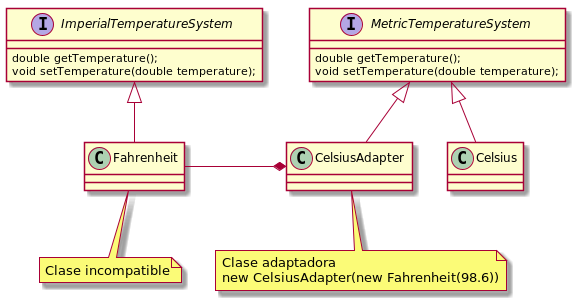
sauljabin/java-design-patterns keeps this PlantUML diagram as plantuml/structural/adapter.png. Above is the earlier version. Its diagram source:
```plantuml
@startuml

interface ImperialTemperatureSystem {
    double getTemperature();
    void setTemperature(double temperature);
}

interface MetricTemperatureSystem {
    double getTemperature();
    void setTemperature(double temperature);
}

CelsiusAdapter -up-|> MetricTemperatureSystem
Celsius -up-|> MetricTemperatureSystem
Fahrenheit -up-|> ImperialTemperatureSystem

CelsiusAdapter *-l- Fahrenheit

note "Clase incompatible" as NoteImperial
Fahrenheit .. NoteImperial

note "Clase adaptadora\nnew CelsiusAdapter(new Fahrenheit(98.6))" as NoteCelsius
CelsiusAdapter .. NoteCelsius

@enduml
```
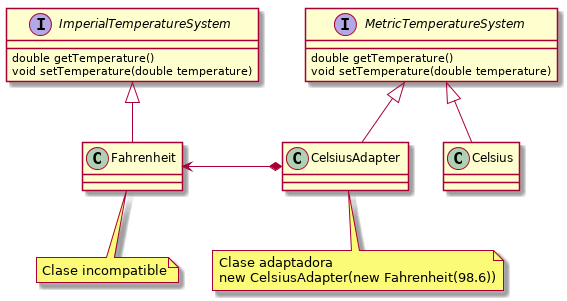
Later version of the same file.

Diff of the diagram source:
```diff
@@ -1,20 +1,20 @@
 @startuml
 
 interface ImperialTemperatureSystem {
-    double getTemperature();
-    void setTemperature(double temperature);
+    double getTemperature()
+    void setTemperature(double temperature)
 }
 
 interface MetricTemperatureSystem {
-    double getTemperature();
-    void setTemperature(double temperature);
+    double getTemperature()
+    void setTemperature(double temperature)
 }
 
-CelsiusAdapter -up-|> MetricTemperatureSystem
-Celsius -up-|> MetricTemperatureSystem
-Fahrenheit -up-|> ImperialTemperatureSystem
+CelsiusAdapter -u-|> MetricTemperatureSystem
+Celsius -u-|> MetricTemperatureSystem
+Fahrenheit -u-|> ImperialTemperatureSystem
 
-CelsiusAdapter *-l- Fahrenheit
+CelsiusAdapter *-l-> Fahrenheit
 
 note "Clase incompatible" as NoteImperial
 Fahrenheit .. NoteImperial
```
